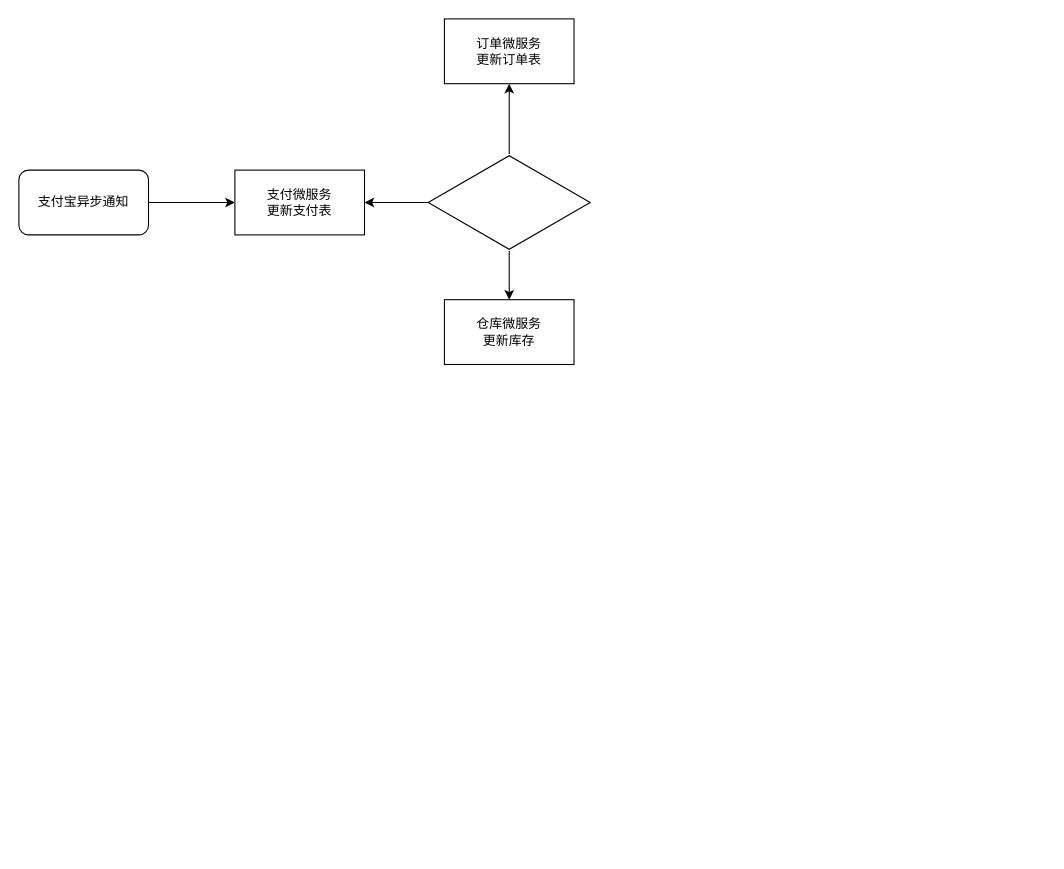
This is 绘图模块.drawio from fangfengfei/helloGit, a draw.io file, before an edit. Source tidied: cells renumbered, new cells numbered last; positions are measured from the earlier drawing's top-left corner, leaving out a move shared by most shapes. Both pictures are drawn from the tidied source at 108%, with x=0, y=0 at pixel (18, 18).
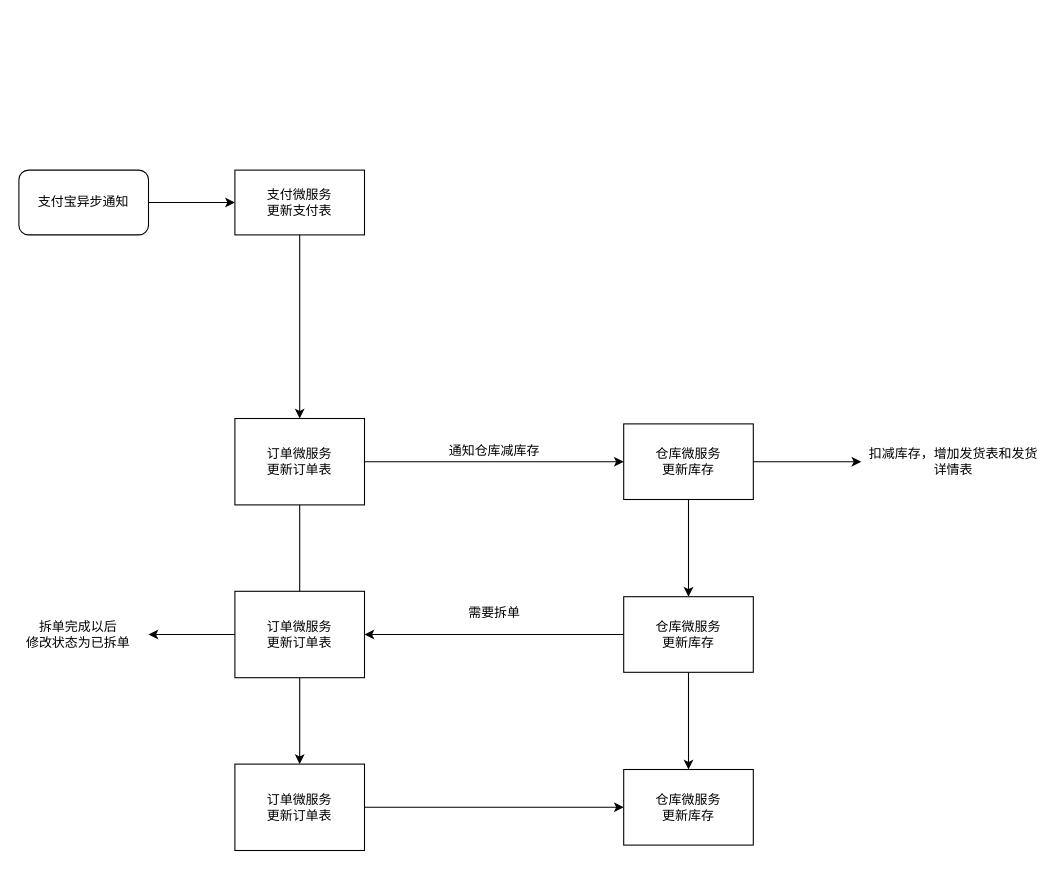
After the change.

Commit message:
更新绘图模块.drawio

The change refers to these unchanged cells:
```xml
<mxCell id="4" value="支付微服务&lt;br&gt;更新支付表" style="rounded=0;whiteSpace=wrap;html=1;" parent="1" vertex="1">
  <mxGeometry x="200" y="140" width="120" height="60" as="geometry" />
</mxCell>
```

The edit, as a diff of the source:
```diff
@@
+    <mxCell id="11" style="edgeStyle=orthogonalEdgeStyle;rounded=0;jettySize=auto;html=1;entryX=0.5;entryY=0;entryDx=0;entryDy=0;" parent="1" edge="1" source="4" target="5">
+      <mxGeometry relative="1" as="geometry" />
+    </mxCell>
@@
+    <mxCell id="12" style="edgeStyle=orthogonalEdgeStyle;rounded=0;jettySize=auto;html=1;entryX=0;entryY=0.5;entryDx=0;entryDy=0;" parent="1" edge="1" source="5" target="6">
+      <mxGeometry relative="1" as="geometry" />
+    </mxCell>
     <mxCell id="5" value="订单微服务&lt;br&gt;更新订单表" style="whiteSpace=wrap;html=1;rounded=0;" parent="1" vertex="1">
-      <mxGeometry x="394" width="120" height="60" as="geometry" />
+      <mxGeometry x="200" y="370" width="120" height="80" as="geometry" />
     </mxCell>
+    <mxCell id="13" style="edgeStyle=orthogonalEdgeStyle;rounded=0;jettySize=auto;html=1;" parent="1" edge="1" source="6" target="16">
+      <mxGeometry relative="1" as="geometry" />
+    </mxCell>
+    <mxCell id="14" style="edgeStyle=orthogonalEdgeStyle;rounded=0;jettySize=auto;html=1;" parent="1" edge="1" source="6" target="19">
+      <mxGeometry relative="1" as="geometry" />
+    </mxCell>
     <mxCell id="6" value="仓库微服务&lt;br&gt;更新库存&lt;br&gt;" style="rounded=0;whiteSpace=wrap;html=1;" parent="1" vertex="1">
-      <mxGeometry x="394" y="260" width="120" height="60" as="geometry" />
+      <mxGeometry x="560" y="375" width="120" height="70" as="geometry" />
     </mxCell>
-    <mxCell id="7" style="edgeStyle=orthogonalEdgeStyle;rounded=0;jettySize=auto;html=1;" parent="1" edge="1" source="10" target="4">
-      <mxGeometry relative="1" as="geometry" />
-    </mxCell>
-    <mxCell id="8" style="edgeStyle=orthogonalEdgeStyle;rounded=0;jettySize=auto;html=1;" parent="1" edge="1" source="10" target="5">
-      <mxGeometry relative="1" as="geometry" />
-    </mxCell>
-    <mxCell id="9" style="edgeStyle=orthogonalEdgeStyle;rounded=0;jettySize=auto;html=1;" parent="1" edge="1" source="10" target="6">
-      <mxGeometry relative="1" as="geometry" />
-    </mxCell>
-    <mxCell id="10" style="html=1;whiteSpace=wrap;shape=isoRectangle;" parent="1" vertex="1">
-      <mxGeometry x="379" y="125" width="150" height="90" as="geometry" />
-    </mxCell>
+    <mxCell id="15" value="通知仓库减库存" style="text;html=1;align=center;verticalAlign=middle;rotation=0;" parent="1" vertex="1">
+      <mxGeometry x="390" y="390" width="100" height="20" as="geometry" />
+    </mxCell>
+    <mxCell id="16" value="扣减库存，增加发货表和发货&lt;br&gt;详情表" style="text;html=1;align=center;verticalAlign=middle;points=[];" parent="1" vertex="1">
+      <mxGeometry x="780" y="395" width="170" height="30" as="geometry" />
+    </mxCell>
+    <mxCell id="17" style="edgeStyle=orthogonalEdgeStyle;rounded=0;jettySize=auto;html=1;" parent="1" edge="1" source="19" target="22">
+      <mxGeometry relative="1" as="geometry" />
+    </mxCell>
+    <mxCell id="18" style="edgeStyle=orthogonalEdgeStyle;rounded=0;jettySize=auto;html=1;" parent="1" edge="1" source="19" target="27">
+      <mxGeometry relative="1" as="geometry" />
+    </mxCell>
+    <mxCell id="19" value="仓库微服务&lt;br&gt;更新库存&lt;br&gt;" style="rounded=0;whiteSpace=wrap;html=1;" parent="1" vertex="1">
+      <mxGeometry x="560" y="535" width="120" height="70" as="geometry" />
+    </mxCell>
+    <mxCell id="20" style="edgeStyle=orthogonalEdgeStyle;rounded=0;jettySize=auto;html=1;" parent="1" edge="1" source="22" target="26">
+      <mxGeometry relative="1" as="geometry" />
+    </mxCell>
+    <mxCell id="21" style="edgeStyle=orthogonalEdgeStyle;rounded=0;jettySize=auto;html=1;" parent="1" edge="1" source="22">
+      <mxGeometry relative="1" as="geometry">
+        <mxPoint x="120" y="570" as="targetPoint" />
+      </mxGeometry>
+    </mxCell>
+    <mxCell id="22" value="订单微服务&lt;br&gt;更新订单表" style="whiteSpace=wrap;html=1;rounded=0;" parent="1" vertex="1">
+      <mxGeometry x="200" y="530" width="120" height="80" as="geometry" />
+    </mxCell>
+    <mxCell id="23" style="endArrow=none;html=1;entryX=0.5;entryY=1;entryDx=0;entryDy=0;exitX=0.5;exitY=0;exitDx=0;exitDy=0;" parent="1" edge="1" source="22" target="5">
+      <mxGeometry relative="1" as="geometry" />
+    </mxCell>
+    <mxCell id="24" value="需要拆单&lt;br&gt;" style="text;html=1;align=center;verticalAlign=middle;" parent="1" vertex="1">
+      <mxGeometry x="410" y="540" width="60" height="20" as="geometry" />
+    </mxCell>
+    <mxCell id="25" style="edgeStyle=orthogonalEdgeStyle;rounded=0;jettySize=auto;html=1;entryX=0;entryY=0.5;entryDx=0;entryDy=0;" parent="1" edge="1" source="26" target="27">
+      <mxGeometry relative="1" as="geometry" />
+    </mxCell>
+    <mxCell id="26" value="订单微服务&lt;br&gt;更新订单表" style="whiteSpace=wrap;html=1;rounded=0;" parent="1" vertex="1">
+      <mxGeometry x="200" y="690" width="120" height="80" as="geometry" />
+    </mxCell>
+    <mxCell id="27" value="仓库微服务&lt;br&gt;更新库存&lt;br&gt;" style="rounded=0;whiteSpace=wrap;html=1;" parent="1" vertex="1">
+      <mxGeometry x="560" y="695" width="120" height="70" as="geometry" />
+    </mxCell>
+    <mxCell id="28" value="&lt;div style=&quot;text-align: center&quot;&gt;&lt;span&gt;拆单完成以后&lt;/span&gt;&lt;/div&gt;&lt;div style=&quot;text-align: center&quot;&gt;&lt;span&gt;修改状态为已拆单&lt;/span&gt;&lt;/div&gt;" style="text;html=1;align=left;verticalAlign=middle;" parent="1" vertex="1">
+      <mxGeometry x="5" y="555" width="110" height="30" as="geometry" />
+    </mxCell>
```
